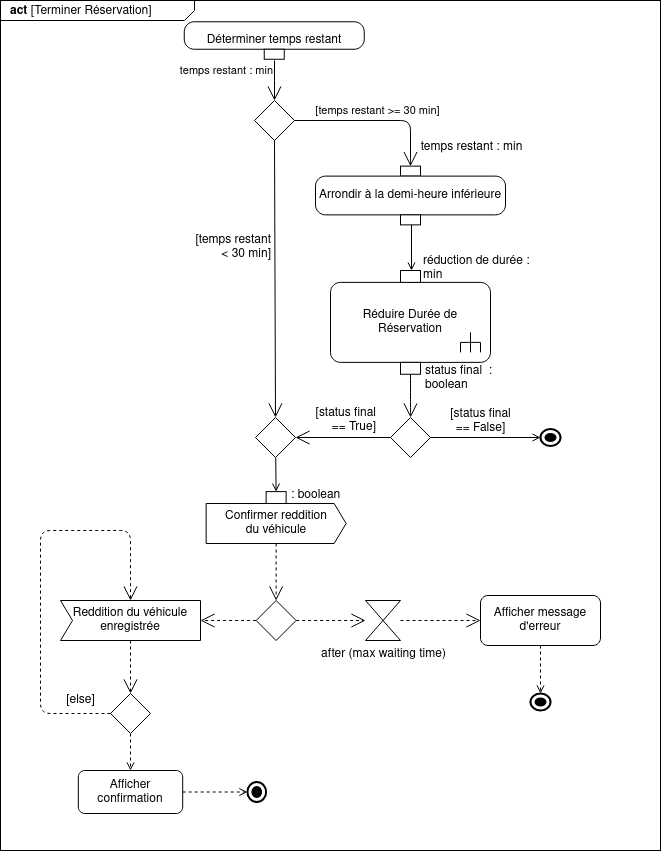
The draw.io diagram diagrammes/act_TerminerReservation.png in Dalker/ISI-mobility, before a commit. Source tidied: cells renumbered, new cells last; positions are measured from the earlier drawing's top-left corner, leaving out a move shared by most shapes.
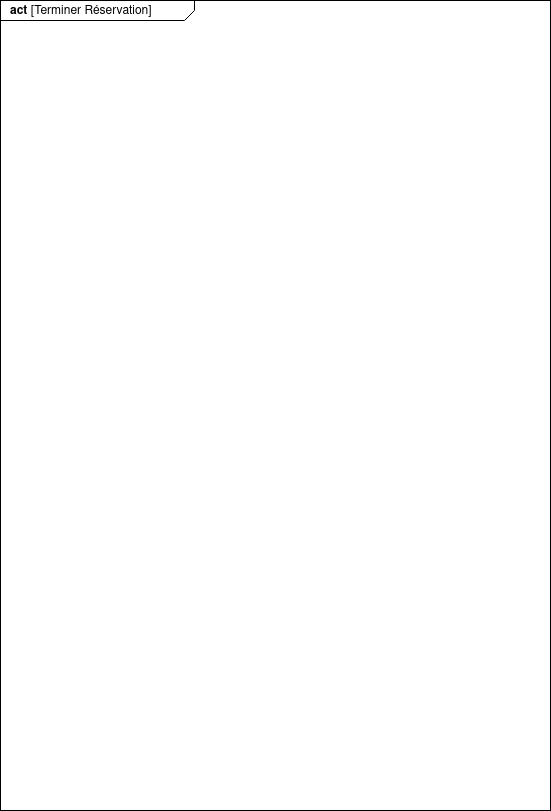
Above is the later version.

Change to the diagram source:
```diff
@@ -3,140 +3,7 @@
     <mxCell id="0" />
     <mxCell id="1" parent="0" />
     <mxCell id="2" value="&lt;p style=&quot;margin: 0px ; margin-top: 4px ; margin-left: 10px ; text-align: left&quot;&gt;&lt;b&gt;act&lt;/b&gt; [Terminer Réservation]&lt;/p&gt;" style="html=1;shape=mxgraph.sysml.package;xSize=90;align=left;spacingLeft=10;overflow=fill;strokeWidth=1;labelX=194;verticalAlign=bottom;direction=east;" parent="1" vertex="1">
-      <mxGeometry y="50" width="660" height="850" as="geometry" />
+      <mxGeometry y="50" width="550" height="810" as="geometry" />
     </mxCell>
-    <mxCell id="3" value="Déterminer temps restant" style="html=1;shape=mxgraph.sysml.objFlowR;whiteSpace=wrap;rotation=90;horizontal=0;" parent="1" vertex="1">
-      <mxGeometry x="255" width="37.5" height="180" as="geometry" />
-    </mxCell>
-    <mxCell id="4" style="shape=rhombus;html=1;verticalLabelPosition=bottom;verticalAlignment=top;" parent="1" vertex="1">
-      <mxGeometry x="254" y="150" width="40" height="40" as="geometry" />
-    </mxCell>
-    <mxCell id="5" value="temps restant : min" style="edgeStyle=elbowEdgeStyle;html=1;elbow=horizontal;align=right;verticalAlign=bottom;endArrow=none;rounded=0;labelBackgroundColor=none;startArrow=open;startSize=12;" parent="1" edge="1" source="4">
-      <mxGeometry relative="1" as="geometry">
-        <mxPoint x="274" y="110" as="targetPoint" />
-      </mxGeometry>
-    </mxCell>
-    <mxCell id="6" value="Réduire Durée de Réservation" style="html=1;shape=mxgraph.sysml.callBehAct;whiteSpace=wrap;align=center;" parent="1" vertex="1">
-      <mxGeometry x="330" y="331.9" width="160" height="80" as="geometry" />
-    </mxCell>
-    <mxCell id="7" value="&lt;div&gt;réduction de durée : &lt;br&gt;&lt;/div&gt;&lt;div&gt;min&lt;/div&gt;" style="shape=rect;strokeWidth=1;labelPosition=right;verticalLabelPosition=middle;align=left;verticalAlign=bottom;spacingLeft=1;fontSize=12;html=1;spacing=2;spacingBottom=-3;spacingRight=0;" parent="1" vertex="1">
-      <mxGeometry x="400" y="320" width="20" height="11.9" as="geometry" />
-    </mxCell>
-    <mxCell id="8" value="[temps restant &amp;gt;= 30 min]" style="edgeStyle=elbowEdgeStyle;html=1;elbow=horizontal;endArrow=open;labelBackgroundColor=none;strokeWidth=1;endSize=12;exitX=1;exitY=0.5;exitDx=0;exitDy=0;entryX=0;entryY=0.5;entryDx=0;entryDy=0;entryPerimeter=0;rounded=1;" parent="1" edge="1" source="4" target="10">
-      <mxGeometry x="0.03" y="10" relative="1" as="geometry">
-        <Array as="points">
-          <mxPoint x="410" y="210" />
-          <mxPoint x="410" y="190" />
-          <mxPoint x="410" y="230" />
-        </Array>
-      </mxGeometry>
-    </mxCell>
-    <mxCell id="9" style="edgeStyle=orthogonalEdgeStyle;rounded=0;orthogonalLoop=1;jettySize=auto;html=1;exitX=1;exitY=0.5;exitDx=0;exitDy=0;exitPerimeter=0;fontSize=12;labelPosition=right;verticalLabelPosition=middle;align=left;verticalAlign=middle;spacingLeft=4;endArrow=open;endFill=0;" parent="1" edge="1">
-      <mxGeometry relative="1" as="geometry">
-        <mxPoint x="411" y="267.3" as="sourcePoint" />
-        <mxPoint x="411" y="320" as="targetPoint" />
-      </mxGeometry>
-    </mxCell>
-    <mxCell id="10" value="Arrondir à la demi-heure inférieure" style="html=1;shape=mxgraph.sysml.isControl;whiteSpace=wrap;align=center;labelBackgroundColor=none;fontSize=12;rotation=90;labelPosition=center;verticalLabelPosition=middle;verticalAlign=middle;horizontal=0;" parent="1" vertex="1">
-      <mxGeometry x="380.6" y="150" width="58.8" height="190" as="geometry" />
-    </mxCell>
-    <mxCell id="11" value="temps restant : min" style="html=1;align=center;verticalAlign=bottom;labelPosition=center;verticalLabelPosition=top;labelBackgroundColor=none;spacingRight=61;rotation=90;horizontal=0;spacingLeft=0;spacing=5;spacingTop=0;" parent="10" vertex="1">
-      <mxGeometry x="84" y="206.8" as="geometry">
-        <mxPoint x="-148" y="36" as="offset" />
-      </mxGeometry>
-    </mxCell>
-    <mxCell id="12" style="edgeStyle=none;rounded=1;jumpSize=6;jettySize=auto;html=1;entryX=0.5;entryY=0;entryDx=0;entryDy=0;endArrow=open;endFill=0;strokeColor=#000000;strokeWidth=1;fontSize=12;" parent="1" edge="1" source="13" target="33">
-      <mxGeometry relative="1" as="geometry" />
-    </mxCell>
-    <mxCell id="13" style="shape=rhombus;html=1;verticalLabelPosition=top;verticalAlignment=bottom;labelBackgroundColor=none;fontSize=12;align=left;" parent="1" vertex="1">
-      <mxGeometry x="255" y="467" width="40" height="40" as="geometry" />
-    </mxCell>
-    <mxCell id="14" style="edgeStyle=orthogonalEdgeStyle;html=1;elbow=vertical;verticalAlign=bottom;startArrow=open;endArrow=none;rounded=0;labelBackgroundColor=none;startSize=12;fontSize=12;curved=1;entryX=0.5;entryY=1;entryDx=0;entryDy=0;exitX=0.5;exitY=0;exitDx=0;exitDy=0;" parent="1" edge="1" source="19" target="16">
-      <mxGeometry relative="1" as="geometry" />
-    </mxCell>
-    <mxCell id="15" value="&lt;div&gt;[temps restant&lt;/div&gt;&lt;div&gt;&amp;lt; 30 min]&lt;/div&gt;" style="edgeStyle=none;html=1;endArrow=open;endSize=12;verticalAlign=middle;labelBackgroundColor=none;fontSize=12;exitX=0.5;exitY=1;exitDx=0;exitDy=0;entryX=0.5;entryY=0;entryDx=0;entryDy=0;horizontal=1;labelPosition=left;verticalLabelPosition=middle;align=right;spacingLeft=-38;spacingRight=0;spacingTop=0;spacing=20;spacingBottom=0;" parent="1" edge="1" source="4" target="13">
-      <mxGeometry x="-0.23" y="16" relative="1" as="geometry" />
-    </mxCell>
-    <mxCell id="16" value="&lt;div&gt;status final&amp;nbsp; :&lt;/div&gt;&lt;div&gt;boolean&lt;/div&gt;" style="shape=rect;strokeWidth=1;labelPosition=right;verticalLabelPosition=middle;align=left;verticalAlign=middle;spacingLeft=1;fontSize=12;html=1;spacing=4;spacingBottom=-21;spacingRight=0;horizontal=1;" parent="1" vertex="1">
-      <mxGeometry x="400" y="411.9" width="20" height="11.9" as="geometry" />
-    </mxCell>
-    <mxCell id="17" value="&lt;div&gt;[status final &lt;br&gt;&lt;/div&gt;&lt;div&gt;== True]&lt;/div&gt;" style="edgeStyle=orthogonalEdgeStyle;rounded=1;jettySize=auto;html=1;entryX=1;entryY=0.5;entryDx=0;entryDy=0;endArrow=open;endFill=0;endSize=12;strokeColor=#000000;strokeWidth=1;fontSize=12;labelPosition=left;verticalLabelPosition=middle;align=right;verticalAlign=middle;spacing=5;" parent="1" edge="1" source="19" target="13">
-      <mxGeometry x="-0.79" y="-17" relative="1" as="geometry" />
-    </mxCell>
-    <mxCell id="18" value="&lt;div&gt;[status final &lt;br&gt;&lt;/div&gt;&lt;div&gt;== False]&lt;/div&gt;" style="rounded=1;jettySize=auto;html=1;exitX=1;exitY=0.5;exitDx=0;exitDy=0;entryX=0;entryY=0.5;entryDx=0;entryDy=0;endArrow=open;endFill=0;strokeColor=#000000;strokeWidth=1;fontSize=12;spacing=3;spacingTop=-19;entryPerimeter=0;jumpSize=6;" parent="1" edge="1" source="19" target="34">
-      <mxGeometry x="-0.09" y="7" relative="1" as="geometry" />
-    </mxCell>
-    <mxCell id="19" style="shape=rhombus;html=1;verticalLabelPosition=top;verticalAlignment=bottom;labelBackgroundColor=none;fontSize=12;align=left;" parent="1" vertex="1">
-      <mxGeometry x="390" y="467" width="40" height="40" as="geometry" />
-    </mxCell>
-    <mxCell id="20" style="edgeStyle=orthogonalEdgeStyle;rounded=1;jettySize=auto;html=1;entryX=0.5;entryY=0;entryDx=0;entryDy=0;endArrow=open;endFill=0;endSize=12;strokeColor=#000000;strokeWidth=1;fontSize=12;dashed=1;exitX=0.5;exitY=1;exitDx=0;exitDy=0;exitPerimeter=0;" parent="1" edge="1" source="21" target="24">
-      <mxGeometry relative="1" as="geometry" />
-    </mxCell>
-    <mxCell id="21" value="&lt;div&gt;Confirmer reddition&lt;/div&gt;&lt;div&gt;du véhicule&lt;br&gt;&lt;/div&gt;" style="html=1;shape=mxgraph.sysml.sendSigAct;strokeWidth=1;whiteSpace=wrap;align=center;labelBackgroundColor=none;fontSize=12;" parent="1" vertex="1">
-      <mxGeometry x="205.6" y="553" width="140" height="40" as="geometry" />
-    </mxCell>
-    <mxCell id="22" style="edgeStyle=orthogonalEdgeStyle;rounded=1;jettySize=auto;html=1;exitX=0;exitY=0.5;exitDx=0;exitDy=0;entryX=1;entryY=0.5;entryDx=0;entryDy=0;entryPerimeter=0;dashed=1;endArrow=open;endFill=0;endSize=12;strokeColor=#000000;strokeWidth=1;fontSize=12;" parent="1" edge="1" source="24" target="26">
-      <mxGeometry relative="1" as="geometry" />
-    </mxCell>
-    <mxCell id="23" style="edgeStyle=orthogonalEdgeStyle;rounded=1;jettySize=auto;html=1;exitX=1;exitY=0.5;exitDx=0;exitDy=0;dashed=1;endArrow=open;endFill=0;endSize=12;strokeColor=#000000;strokeWidth=1;fontSize=12;" parent="1" edge="1" source="24" target="28">
-      <mxGeometry relative="1" as="geometry" />
-    </mxCell>
-    <mxCell id="24" style="shape=rhombus;html=1;verticalLabelPosition=top;verticalAlignment=bottom;labelBackgroundColor=none;fontSize=12;align=left;" parent="1" vertex="1">
-      <mxGeometry x="255.6" y="650" width="40" height="40" as="geometry" />
-    </mxCell>
-    <mxCell id="25" style="edgeStyle=orthogonalEdgeStyle;rounded=1;jettySize=auto;html=1;exitX=0.5;exitY=1;exitDx=0;exitDy=0;exitPerimeter=0;entryX=0.5;entryY=0;entryDx=0;entryDy=0;dashed=1;endArrow=open;endFill=0;endSize=12;strokeColor=#000000;strokeWidth=1;fontSize=12;" parent="1" edge="1" source="26" target="31">
-      <mxGeometry relative="1" as="geometry" />
-    </mxCell>
-    <mxCell id="26" value="&lt;div&gt;Reddition du véhicule&lt;/div&gt;&lt;div&gt;enregistrée&lt;br&gt;&lt;/div&gt;" style="html=1;shape=mxgraph.sysml.accEvent;strokeWidth=1;whiteSpace=wrap;align=center;labelBackgroundColor=none;fontSize=12;" parent="1" vertex="1">
-      <mxGeometry x="60" y="650" width="140" height="40" as="geometry" />
-    </mxCell>
-    <mxCell id="27" style="edgeStyle=orthogonalEdgeStyle;rounded=1;jettySize=auto;html=1;dashed=1;endArrow=open;endFill=0;endSize=12;strokeColor=#000000;strokeWidth=1;fontSize=12;entryX=0;entryY=0.5;entryDx=0;entryDy=0;" parent="1" edge="1" source="28" target="36">
-      <mxGeometry relative="1" as="geometry" />
-    </mxCell>
-    <mxCell id="28" value="after (max waiting time)" style="html=1;shape=mxgraph.sysml.timeEvent;strokeWidth=1;verticalLabelPosition=bottom;verticalAlignment=top;labelBackgroundColor=none;fontSize=12;align=center;labelPosition=center;verticalAlign=top;" parent="1" vertex="1">
-      <mxGeometry x="365" y="650" width="35" height="40" as="geometry" />
-    </mxCell>
-    <mxCell id="29" value="[else]" style="edgeStyle=orthogonalEdgeStyle;rounded=1;jettySize=auto;html=1;exitX=0;exitY=0.5;exitDx=0;exitDy=0;entryX=0.5;entryY=0;entryDx=0;entryDy=0;entryPerimeter=0;dashed=1;endArrow=open;endFill=0;endSize=12;strokeColor=#000000;strokeWidth=1;fontSize=12;" parent="1" edge="1" source="31" target="26">
-      <mxGeometry x="-0.85" y="-13" relative="1" as="geometry">
-        <Array as="points">
-          <mxPoint x="40" y="763" />
-          <mxPoint x="40" y="580" />
-          <mxPoint x="130" y="580" />
-        </Array>
-      </mxGeometry>
-    </mxCell>
-    <mxCell id="30" style="edgeStyle=none;rounded=1;jumpSize=6;jettySize=auto;html=1;dashed=1;endArrow=open;endFill=0;strokeColor=#000000;strokeWidth=1;fontSize=12;" parent="1" edge="1" source="31" target="39">
-      <mxGeometry relative="1" as="geometry" />
-    </mxCell>
-    <mxCell id="31" style="shape=rhombus;html=1;verticalLabelPosition=top;verticalAlignment=bottom;labelBackgroundColor=none;fontSize=12;align=left;" parent="1" vertex="1">
-      <mxGeometry x="110" y="743" width="40" height="40" as="geometry" />
-    </mxCell>
-    <mxCell id="32" style="edgeStyle=none;rounded=1;jumpSize=6;jettySize=auto;html=1;endArrow=open;endFill=0;strokeColor=#000000;strokeWidth=1;fontSize=12;" parent="1" edge="1" source="33" target="21">
-      <mxGeometry relative="1" as="geometry" />
-    </mxCell>
-    <mxCell id="33" value=": boolean" style="shape=rect;strokeWidth=1;labelPosition=right;verticalLabelPosition=middle;align=left;verticalAlign=middle;spacingLeft=1;fontSize=12;html=1;spacing=4;spacingBottom=0;spacingRight=0;horizontal=1;spacingTop=-4;" parent="1" vertex="1">
-      <mxGeometry x="265.6" y="541.1" width="20" height="11.9" as="geometry" />
-    </mxCell>
-    <mxCell id="34" style="html=1;shape=mxgraph.sysml.actFinal;strokeWidth=2;verticalLabelPosition=bottom;verticalAlignment=top;" parent="1" vertex="1">
-      <mxGeometry x="540" y="478.5" width="20" height="17" as="geometry" />
-    </mxCell>
-    <mxCell id="35" style="edgeStyle=none;rounded=1;jumpSize=6;jettySize=auto;html=1;entryX=0.5;entryY=0;entryDx=0;entryDy=0;entryPerimeter=0;endArrow=open;endFill=0;strokeColor=#000000;strokeWidth=1;fontSize=12;dashed=1;" parent="1" edge="1" source="36" target="37">
-      <mxGeometry relative="1" as="geometry" />
-    </mxCell>
-    <mxCell id="36" value="&lt;div&gt;Afficher message&lt;/div&gt;&lt;div&gt;d'erreur&lt;br&gt;&lt;/div&gt;" style="shape=rect;html=1;rounded=1;whiteSpace=wrap;align=center;labelBackgroundColor=none;strokeWidth=1;fontSize=12;" parent="1" vertex="1">
-      <mxGeometry x="480" y="645" width="120" height="50" as="geometry" />
-    </mxCell>
-    <mxCell id="37" style="html=1;shape=mxgraph.sysml.actFinal;strokeWidth=2;verticalLabelPosition=bottom;verticalAlignment=top;" parent="1" vertex="1">
-      <mxGeometry x="530" y="743" width="20" height="17" as="geometry" />
-    </mxCell>
-    <mxCell id="38" style="edgeStyle=none;rounded=1;jumpSize=6;jettySize=auto;html=1;exitX=1;exitY=0.5;exitDx=0;exitDy=0;dashed=1;endArrow=open;endFill=0;strokeColor=#000000;strokeWidth=1;fontSize=12;" parent="1" edge="1" source="39" target="40">
-      <mxGeometry relative="1" as="geometry" />
-    </mxCell>
-    <mxCell id="39" value="&lt;div&gt;Afficher &lt;br&gt;&lt;/div&gt;&lt;div&gt;confirmation&lt;/div&gt;" style="shape=rect;html=1;rounded=1;whiteSpace=wrap;align=center;labelBackgroundColor=none;strokeWidth=1;fontSize=12;" parent="1" vertex="1">
-      <mxGeometry x="77.8" y="820" width="104.4" height="43" as="geometry" />
-    </mxCell>
-    <mxCell id="40" style="html=1;shape=mxgraph.sysml.actFinal;strokeWidth=2;verticalLabelPosition=bottom;verticalAlignment=top;labelBackgroundColor=none;fontSize=12;align=left;" parent="1" vertex="1">
-      <mxGeometry x="246.9" y="831.5" width="18.7" height="20" as="geometry" />
-    </mxCell>
   </root>
 </mxGraphModel>
```
